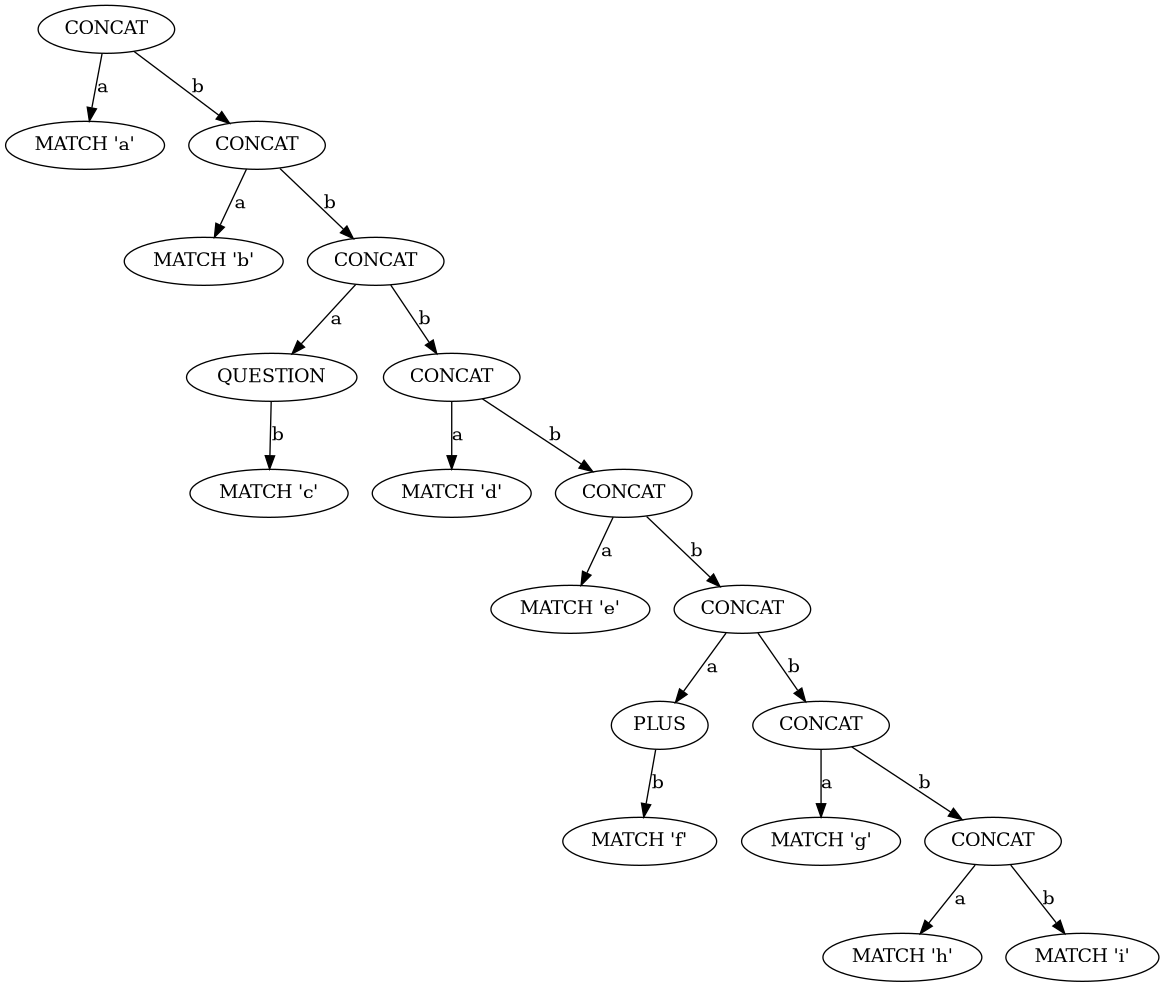
The Graphviz diagram tree.png in essele/rele, before a commit. Its source is kept beside it as tree.dot.
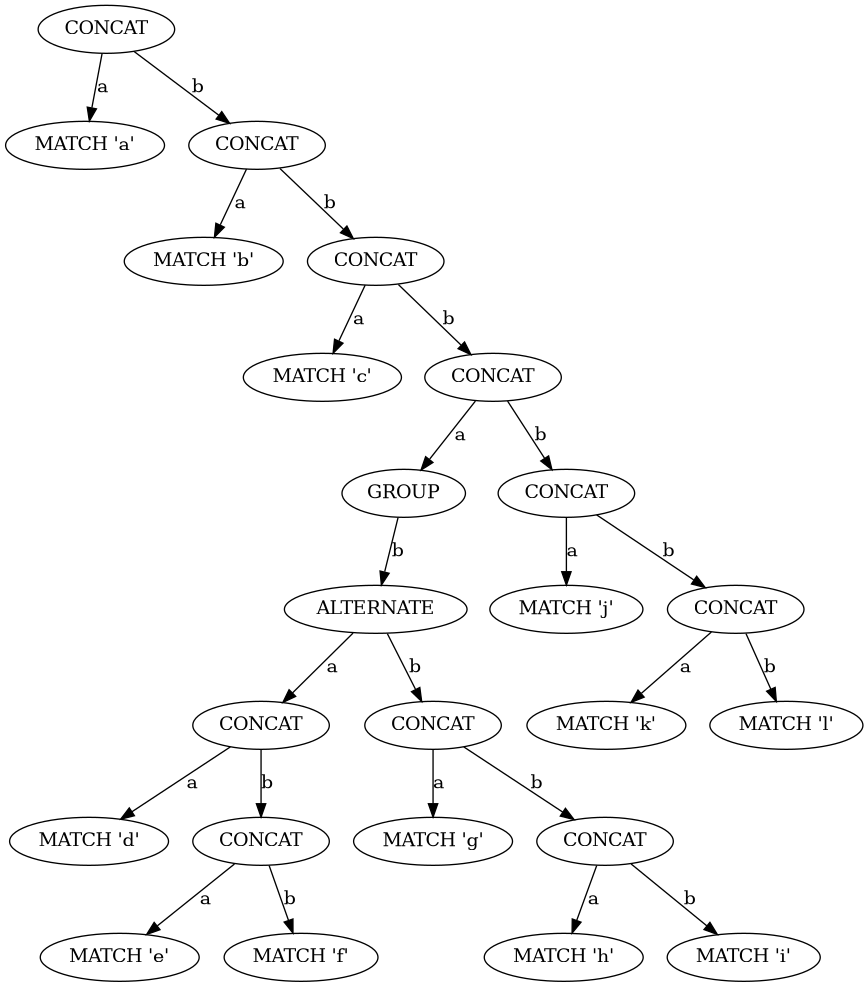
After the change.

Commit message:
Adding features to the binary tree compiler

What changed in the source:
```diff
@@ -1,39 +1,49 @@
 digraph tree {
-    n0xb59d8c245320 [label="CONCAT"];
-    n0xb59d8c245320 -> n0xb59d8c2452c0 [label="a"];
-    n0xb59d8c2452c0 [label="MATCH 'a'"];
-    n0xb59d8c245320 -> n0xb59d8c245380 [label="b"];
-    n0xb59d8c245380 [label="CONCAT"];
-    n0xb59d8c245380 -> n0xb59d8c2452f0 [label="a"];
-    n0xb59d8c2452f0 [label="MATCH 'b'"];
-    n0xb59d8c245380 -> n0xb59d8c245410 [label="b"];
-    n0xb59d8c245410 [label="CONCAT"];
-    n0xb59d8c245410 -> n0xb59d8c2453b0 [label="a"];
-    n0xb59d8c2453b0 [label="QUESTION"];
-    n0xb59d8c2453b0 -> n0xb59d8c245350 [label="b"];
-    n0xb59d8c245350 [label="MATCH 'c'"];
-    n0xb59d8c245410 -> n0xb59d8c245470 [label="b"];
-    n0xb59d8c245470 [label="CONCAT"];
-    n0xb59d8c245470 -> n0xb59d8c2453e0 [label="a"];
-    n0xb59d8c2453e0 [label="MATCH 'd'"];
-    n0xb59d8c245470 -> n0xb59d8c2454d0 [label="b"];
-    n0xb59d8c2454d0 [label="CONCAT"];
-    n0xb59d8c2454d0 -> n0xb59d8c245440 [label="a"];
-    n0xb59d8c245440 [label="MATCH 'e'"];
-    n0xb59d8c2454d0 -> n0xb59d8c245560 [label="b"];
-    n0xb59d8c245560 [label="CONCAT"];
-    n0xb59d8c245560 -> n0xb59d8c245500 [label="a"];
-    n0xb59d8c245500 [label="PLUS"];
-    n0xb59d8c245500 -> n0xb59d8c2454a0 [label="b"];
-    n0xb59d8c2454a0 [label="MATCH 'f'"];
-    n0xb59d8c245560 -> n0xb59d8c2455c0 [label="b"];
-    n0xb59d8c2455c0 [label="CONCAT"];
-    n0xb59d8c2455c0 -> n0xb59d8c245530 [label="a"];
-    n0xb59d8c245530 [label="MATCH 'g'"];
-    n0xb59d8c2455c0 -> n0xb59d8c245620 [label="b"];
-    n0xb59d8c245620 [label="CONCAT"];
-    n0xb59d8c245620 -> n0xb59d8c245590 [label="a"];
-    n0xb59d8c245590 [label="MATCH 'h'"];
-    n0xb59d8c245620 -> n0xb59d8c2455f0 [label="b"];
-    n0xb59d8c2455f0 [label="MATCH 'i'"];
+    n0xad43f03bc320 [label="CONCAT"];
+    n0xad43f03bc320 -> n0xad43f03bc2c0 [label="a"];
+    n0xad43f03bc2c0 [label="MATCH 'a'"];
+    n0xad43f03bc320 -> n0xad43f03bc380 [label="b"];
+    n0xad43f03bc380 [label="CONCAT"];
+    n0xad43f03bc380 -> n0xad43f03bc2f0 [label="a"];
+    n0xad43f03bc2f0 [label="MATCH 'b'"];
+    n0xad43f03bc380 -> n0xad43f03bc3e0 [label="b"];
+    n0xad43f03bc3e0 [label="CONCAT"];
+    n0xad43f03bc3e0 -> n0xad43f03bc350 [label="a"];
+    n0xad43f03bc350 [label="MATCH 'c'"];
+    n0xad43f03bc3e0 -> n0xad43f03bc650 [label="b"];
+    n0xad43f03bc650 [label="CONCAT"];
+    n0xad43f03bc650 -> n0xad43f03bc3b0 [label="a"];
+    n0xad43f03bc3b0 [label="GROUP"];
+    n0xad43f03bc3b0 -> n0xad43f03bc500 [label="b"];
+    n0xad43f03bc500 [label="ALTERNATE"];
+    n0xad43f03bc500 -> n0xad43f03bc470 [label="a"];
+    n0xad43f03bc470 [label="CONCAT"];
+    n0xad43f03bc470 -> n0xad43f03bc410 [label="a"];
+    n0xad43f03bc410 [label="MATCH 'd'"];
+    n0xad43f03bc470 -> n0xad43f03bc4d0 [label="b"];
+    n0xad43f03bc4d0 [label="CONCAT"];
+    n0xad43f03bc4d0 -> n0xad43f03bc440 [label="a"];
+    n0xad43f03bc440 [label="MATCH 'e'"];
+    n0xad43f03bc4d0 -> n0xad43f03bc4a0 [label="b"];
+    n0xad43f03bc4a0 [label="MATCH 'f'"];
+    n0xad43f03bc500 -> n0xad43f03bc590 [label="b"];
+    n0xad43f03bc590 [label="CONCAT"];
+    n0xad43f03bc590 -> n0xad43f03bc530 [label="a"];
+    n0xad43f03bc530 [label="MATCH 'g'"];
+    n0xad43f03bc590 -> n0xad43f03bc5f0 [label="b"];
+    n0xad43f03bc5f0 [label="CONCAT"];
+    n0xad43f03bc5f0 -> n0xad43f03bc560 [label="a"];
+    n0xad43f03bc560 [label="MATCH 'h'"];
+    n0xad43f03bc5f0 -> n0xad43f03bc5c0 [label="b"];
+    n0xad43f03bc5c0 [label="MATCH 'i'"];
+    n0xad43f03bc650 -> n0xad43f03bc6b0 [label="b"];
+    n0xad43f03bc6b0 [label="CONCAT"];
+    n0xad43f03bc6b0 -> n0xad43f03bc620 [label="a"];
+    n0xad43f03bc620 [label="MATCH 'j'"];
+    n0xad43f03bc6b0 -> n0xad43f03bc710 [label="b"];
+    n0xad43f03bc710 [label="CONCAT"];
+    n0xad43f03bc710 -> n0xad43f03bc680 [label="a"];
+    n0xad43f03bc680 [label="MATCH 'k'"];
+    n0xad43f03bc710 -> n0xad43f03bc6e0 [label="b"];
+    n0xad43f03bc6e0 [label="MATCH 'l'"];
 }
```
